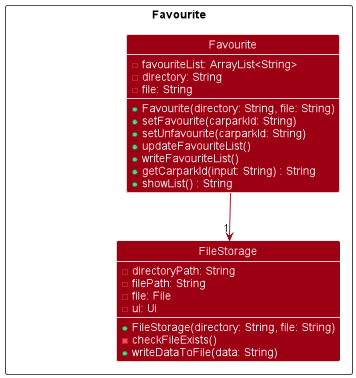
The PlantUML diagram docs/images/FavouriteClassDiagram.png in nus-cs2113-AY2223S1/tp, before a commit. Its diagram source:
```plantuml
@startuml
!include style.puml
skinparam arrowThickness 1.1
skinparam arrowColor MODEL_COLOR
skinparam classBackgroundColor MODEL_COLOR
show field
show methods


package Favourite <<Rectangle>> {
Class Favourite {
    -favouriteList: ArrayList<String>
    -directory: String
    -file: String
    +Favourite(directory: String, file: String)
    +setFavourite(carparkId: String)
    +setUnfavourite(carparkId: String)
    +updateFavouriteList()
    +writeFavouriteList()
    +getCarparkId(input: String) : String
    +showList() : String
}

Class FileStorage {
    -directoryPath: String
    -filePath: String
    -file: File
    -ui: Ui
    +FileStorage(directory: String, file: String)
    -checkFileExists()
    +writeDataToFile(data: String)
}



Class HiddenOutside #FFFFFF

Favourite --> "1" FileStorage
@enduml
```
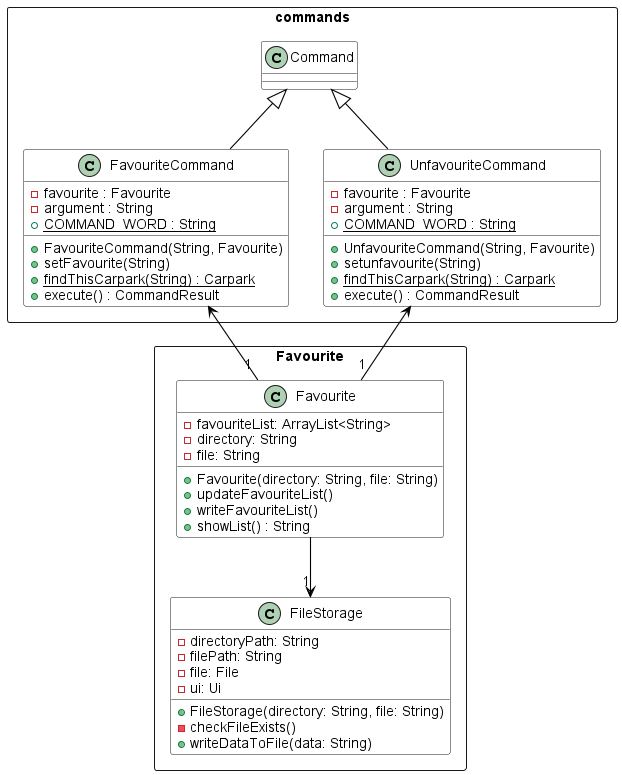
The same file after the commit.

Commit message:
FavouriteCommand DG and UML Class diagram

Diff of the diagram source:
```diff
@@ -1,10 +1,35 @@
 @startuml
-!include style.puml
 skinparam arrowThickness 1.1
-skinparam arrowColor MODEL_COLOR
+skinparam arrowColor BLACK
 skinparam classBackgroundColor MODEL_COLOR
 show field
 show methods
+
+package commands <<Rectangle>> {
+Class FavouriteCommand {
+    -favourite : Favourite
+    -argument : String
+    +<u>COMMAND_WORD : String
+    +FavouriteCommand(String, Favourite)
+    +setFavourite(String)
+    +<u>findThisCarpark(String) : Carpark
+    +execute() : CommandResult
+}
+
+Class UnfavouriteCommand {
+    -favourite : Favourite
+    -argument : String
+    +<u>COMMAND_WORD : String
+    +UnfavouriteCommand(String, Favourite)
+    +setunfavourite(String)
+    +<u>findThisCarpark(String) : Carpark
+    +execute() : CommandResult
+}
+
+Command <|-- FavouriteCommand
+Command <|-- UnfavouriteCommand
+}
+
 
 
 package Favourite <<Rectangle>> {
@@ -13,11 +38,8 @@
     -directory: String
     -file: String
     +Favourite(directory: String, file: String)
-    +setFavourite(carparkId: String)
-    +setUnfavourite(carparkId: String)
     +updateFavouriteList()
     +writeFavouriteList()
-    +getCarparkId(input: String) : String
     +showList() : String
 }
 
@@ -30,10 +52,9 @@
     -checkFileExists()
     +writeDataToFile(data: String)
 }
+Favourite --> "1" FileStorage
+}
 
-
-
-Class HiddenOutside #FFFFFF
-
-Favourite --> "1" FileStorage
+FavouriteCommand <-- "1" Favourite
+UnfavouriteCommand <-- "1" Favourite
 @enduml
```
